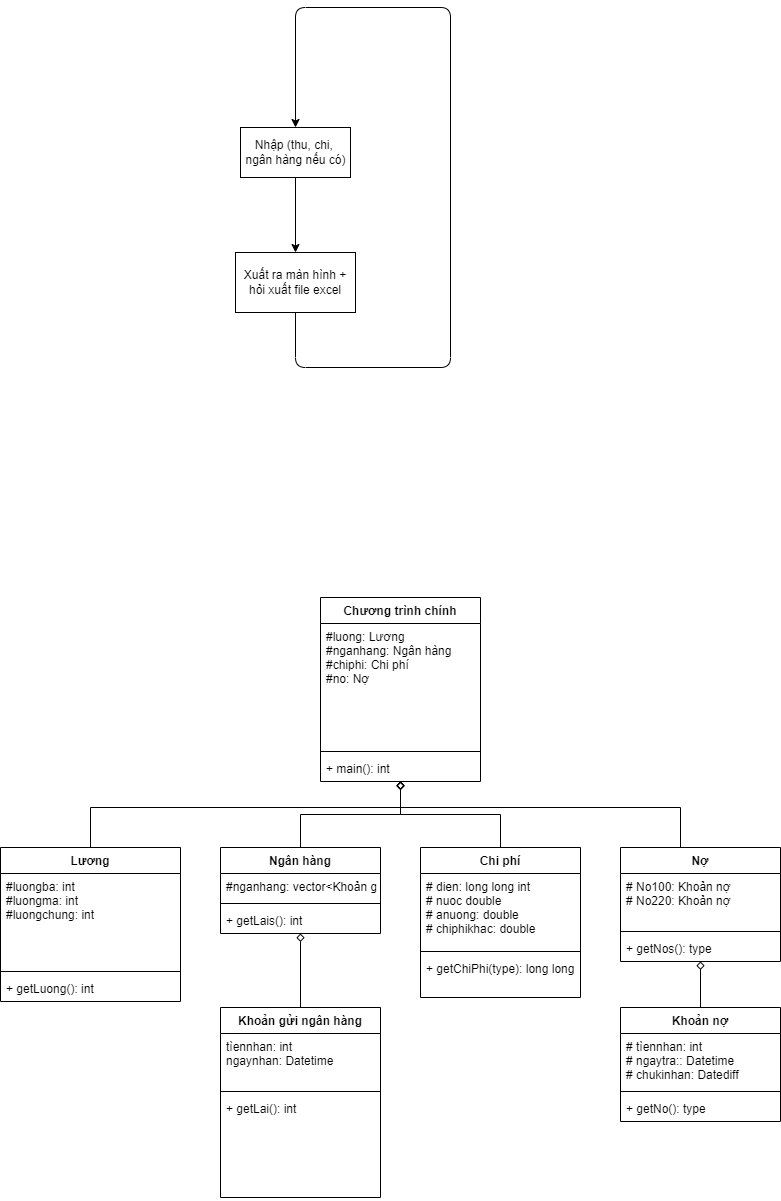
Before: TraNo.drawio.png, a diagram exported from draw.io (YumeAyasaki/QuanLyNo). Source tidied: cells renumbered, new cells last; positions are measured from the earlier drawing's top-left corner, leaving out a move shared by most shapes.
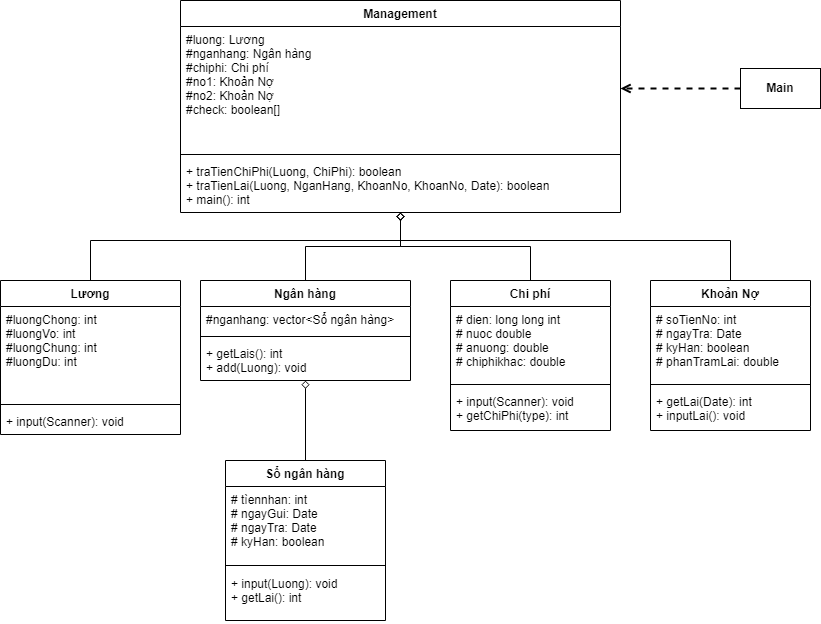
The same diagram one commit later.

Commit message:
Co-authored-by: Đức Quang <ducquang2@users.noreply.github.com> Co-authored-by: PhamDucHuy1235 <PhamDucHuy1235@users.noreply.github.com>

Diff of the diagram source:
```diff
@@ -2,17 +2,17 @@
   <root>
     <mxCell id="0" />
     <mxCell id="1" parent="0" />
-    <mxCell id="2" value="Chương trình chính" style="swimlane;fontStyle=1;align=center;verticalAlign=top;horizontal=1;startSize=26;" parent="1" vertex="1">
-      <mxGeometry x="320" y="590" width="160" height="184" as="geometry" />
+    <mxCell id="2" value="Management" style="swimlane;fontStyle=1;align=center;verticalAlign=top;horizontal=1;startSize=26;" parent="1" vertex="1">
+      <mxGeometry x="180" y="560" width="440" height="212" as="geometry" />
     </mxCell>
-    <mxCell id="3" value="#luong: Lương&#10;#nganhang: Ngân hàng&#10;#chiphi: Chi phí&#10;#no: Nợ" style="text;strokeColor=none;fillColor=none;align=left;verticalAlign=top;spacingLeft=4;spacingRight=4;overflow=hidden;points=[[0,0.5],[1,0.5]];portConstraint=eastwest;" parent="2" vertex="1">
-      <mxGeometry y="26" width="160" height="124" as="geometry" />
+    <mxCell id="3" value="#luong: Lương&#10;#nganhang: Ngân hàng&#10;#chiphi: Chi phí&#10;#no1: Khoản Nợ&#10;#no2: Khoản Nợ&#10;#check: boolean[]" style="text;strokeColor=none;fillColor=none;align=left;verticalAlign=top;spacingLeft=4;spacingRight=4;overflow=hidden;points=[[0,0.5],[1,0.5]];portConstraint=eastwest;" parent="2" vertex="1">
+      <mxGeometry y="26" width="440" height="124" as="geometry" />
     </mxCell>
     <mxCell id="4" style="line;strokeWidth=1;fillColor=none;align=left;verticalAlign=middle;spacingTop=-1;spacingLeft=3;spacingRight=3;labelPosition=right;" parent="2" vertex="1">
-      <mxGeometry y="150" width="160" height="8" as="geometry" />
+      <mxGeometry y="150" width="440" height="8" as="geometry" />
     </mxCell>
-    <mxCell id="5" value="+ main(): int" style="text;strokeColor=none;fillColor=none;align=left;verticalAlign=top;spacingLeft=4;spacingRight=4;overflow=hidden;" parent="2" vertex="1">
-      <mxGeometry y="158" width="160" height="26" as="geometry" />
+    <mxCell id="5" value="+ traTienChiPhi(Luong, ChiPhi): boolean&#10;+ traTienLai(Luong, NganHang, KhoanNo, KhoanNo, Date): boolean&#10;+ main(): int" style="text;strokeColor=none;fillColor=none;align=left;verticalAlign=top;spacingLeft=4;spacingRight=4;overflow=hidden;" parent="2" vertex="1">
+      <mxGeometry y="158" width="440" height="54" as="geometry" />
     </mxCell>
     <mxCell id="6" style="edgeStyle=orthogonalEdgeStyle;rounded=0;jettySize=auto;html=1;endArrow=diamond;endFill=0;" parent="1" edge="1" source="7" target="2">
       <mxGeometry relative="1" as="geometry">
@@ -25,35 +25,35 @@
     <mxCell id="7" value="Lương" style="swimlane;fontStyle=1;align=center;verticalAlign=top;horizontal=1;startSize=26;" parent="1" vertex="1">
       <mxGeometry y="840" width="180" height="154" as="geometry" />
     </mxCell>
-    <mxCell id="8" value="#luongba: int&#10;#luongma: int&#10;#luongchung: int" style="text;strokeColor=none;fillColor=none;align=left;verticalAlign=top;spacingLeft=4;spacingRight=4;overflow=hidden;" parent="7" vertex="1">
+    <mxCell id="8" value="#luongChong: int&#10;#luongVo: int&#10;#luongChung: int&#10;#luongDu: int" style="text;strokeColor=none;fillColor=none;align=left;verticalAlign=top;spacingLeft=4;spacingRight=4;overflow=hidden;" parent="7" vertex="1">
       <mxGeometry y="26" width="180" height="94" as="geometry" />
     </mxCell>
     <mxCell id="9" style="line;strokeWidth=1;fillColor=none;align=left;verticalAlign=middle;spacingTop=-1;spacingLeft=3;spacingRight=3;labelPosition=right;" parent="7" vertex="1">
       <mxGeometry y="120" width="180" height="8" as="geometry" />
     </mxCell>
-    <mxCell id="10" value="+ getLuong(): int" style="text;strokeColor=none;fillColor=none;align=left;verticalAlign=top;spacingLeft=4;spacingRight=4;overflow=hidden;" parent="7" vertex="1">
+    <mxCell id="10" value="+ input(Scanner): void" style="text;strokeColor=none;fillColor=none;align=left;verticalAlign=top;spacingLeft=4;spacingRight=4;overflow=hidden;" parent="7" vertex="1">
       <mxGeometry y="128" width="180" height="26" as="geometry" />
     </mxCell>
     <mxCell id="11" style="edgeStyle=orthogonalEdgeStyle;rounded=0;jettySize=auto;html=1;exitX=0.5;exitY=0;exitDx=0;exitDy=0;endArrow=diamond;endFill=0;" parent="1" edge="1" source="12" target="2">
       <mxGeometry relative="1" as="geometry" />
     </mxCell>
     <mxCell id="12" value="Ngân hàng" style="swimlane;fontStyle=1;align=center;verticalAlign=top;horizontal=1;startSize=26;" parent="1" vertex="1">
-      <mxGeometry x="220" y="840" width="160" height="86" as="geometry" />
+      <mxGeometry x="200" y="840" width="210" height="100" as="geometry" />
     </mxCell>
-    <mxCell id="13" value="#nganhang: vector&lt;Khoản gửi ngân hàng&gt;" style="text;strokeColor=none;fillColor=none;align=left;verticalAlign=top;spacingLeft=4;spacingRight=4;overflow=hidden;" parent="12" vertex="1">
-      <mxGeometry y="26" width="160" height="26" as="geometry" />
+    <mxCell id="13" value="#nganhang: vector&lt;Sổ ngân hàng&gt;" style="text;strokeColor=none;fillColor=none;align=left;verticalAlign=top;spacingLeft=4;spacingRight=4;overflow=hidden;" parent="12" vertex="1">
+      <mxGeometry y="26" width="210" height="26" as="geometry" />
     </mxCell>
     <mxCell id="14" style="line;strokeWidth=1;fillColor=none;align=left;verticalAlign=middle;spacingTop=-1;spacingLeft=3;spacingRight=3;labelPosition=right;" parent="12" vertex="1">
-      <mxGeometry y="52" width="160" height="8" as="geometry" />
+      <mxGeometry y="52" width="210" height="8" as="geometry" />
     </mxCell>
-    <mxCell id="15" value="+ getLais(): int" style="text;strokeColor=none;fillColor=none;align=left;verticalAlign=top;spacingLeft=4;spacingRight=4;overflow=hidden;" parent="12" vertex="1">
-      <mxGeometry y="60" width="160" height="26" as="geometry" />
+    <mxCell id="15" value="+ getLais(): int&#10;+ add(Luong): void" style="text;strokeColor=none;fillColor=none;align=left;verticalAlign=top;spacingLeft=4;spacingRight=4;overflow=hidden;" parent="12" vertex="1">
+      <mxGeometry y="60" width="210" height="40" as="geometry" />
     </mxCell>
     <mxCell id="16" style="edgeStyle=orthogonalEdgeStyle;rounded=0;jettySize=auto;html=1;endArrow=diamond;endFill=0;" parent="1" edge="1" source="17" target="2">
       <mxGeometry relative="1" as="geometry" />
     </mxCell>
     <mxCell id="17" value="Chi phí" style="swimlane;fontStyle=1;align=center;verticalAlign=top;horizontal=1;startSize=26;" parent="1" vertex="1">
-      <mxGeometry x="420" y="840" width="160" height="150" as="geometry" />
+      <mxGeometry x="450" y="840" width="160" height="150" as="geometry" />
     </mxCell>
     <mxCell id="18" value="# dien: long long int&#10;# nuoc double&#10;# anuong: double&#10;# chiphikhac: double" style="text;strokeColor=none;fillColor=none;align=left;verticalAlign=top;spacingLeft=4;spacingRight=4;overflow=hidden;" parent="17" vertex="1">
       <mxGeometry y="26" width="160" height="74" as="geometry" />
@@ -61,77 +61,49 @@
     <mxCell id="19" style="line;strokeWidth=1;fillColor=none;align=left;verticalAlign=middle;spacingTop=-1;spacingLeft=3;spacingRight=3;labelPosition=right;" parent="17" vertex="1">
       <mxGeometry y="100" width="160" height="8" as="geometry" />
     </mxCell>
-    <mxCell id="20" value="+ getChiPhi(type): long long" style="text;strokeColor=none;fillColor=none;align=left;verticalAlign=top;spacingLeft=4;spacingRight=4;overflow=hidden;" parent="17" vertex="1">
+    <mxCell id="20" value="+ input(Scanner): void&#10;+ getChiPhi(type): int" style="text;strokeColor=none;fillColor=none;align=left;verticalAlign=top;spacingLeft=4;spacingRight=4;overflow=hidden;" parent="17" vertex="1">
       <mxGeometry y="108" width="160" height="42" as="geometry" />
     </mxCell>
-    <mxCell id="21" style="edgeStyle=orthogonalEdgeStyle;rounded=0;jettySize=auto;html=1;endArrow=diamond;endFill=0;" parent="1" edge="1" source="22" target="2">
+    <mxCell id="21" style="edgeStyle=orthogonalEdgeStyle;rounded=0;jettySize=auto;html=1;endArrow=diamond;endFill=0;exitX=0.5;exitY=0;exitDx=0;exitDy=0;" parent="1" edge="1" source="22" target="2">
       <mxGeometry relative="1" as="geometry">
         <Array as="points">
-          <mxPoint x="680" y="800" />
+          <mxPoint x="730" y="800" />
           <mxPoint x="400" y="800" />
         </Array>
       </mxGeometry>
     </mxCell>
-    <mxCell id="22" value="Nợ" style="swimlane;fontStyle=1;align=center;verticalAlign=top;horizontal=1;startSize=26;" parent="1" vertex="1">
-      <mxGeometry x="620" y="840" width="160" height="114" as="geometry" />
+    <mxCell id="22" value="Khoản Nợ" style="swimlane;fontStyle=1;align=center;verticalAlign=top;horizontal=1;startSize=26;" parent="1" vertex="1">
+      <mxGeometry x="650" y="840" width="160" height="150" as="geometry" />
     </mxCell>
-    <mxCell id="23" value="# No100: Khoản nợ&#10;# No220: Khoản nợ" style="text;strokeColor=none;fillColor=none;align=left;verticalAlign=top;spacingLeft=4;spacingRight=4;overflow=hidden;" parent="22" vertex="1">
-      <mxGeometry y="26" width="160" height="54" as="geometry" />
+    <mxCell id="23" value="# soTienNo: int&#10;# ngayTra: Date&#10;# kyHan: boolean&#10;# phanTramLai: double" style="text;strokeColor=none;fillColor=none;align=left;verticalAlign=top;spacingLeft=4;spacingRight=4;overflow=hidden;" parent="22" vertex="1">
+      <mxGeometry y="26" width="160" height="74" as="geometry" />
     </mxCell>
     <mxCell id="24" style="line;strokeWidth=1;fillColor=none;align=left;verticalAlign=middle;spacingTop=-1;spacingLeft=3;spacingRight=3;labelPosition=right;" parent="22" vertex="1">
-      <mxGeometry y="80" width="160" height="8" as="geometry" />
+      <mxGeometry y="100" width="160" height="8" as="geometry" />
     </mxCell>
-    <mxCell id="25" value="+ getNos(): type" style="text;strokeColor=none;fillColor=none;align=left;verticalAlign=top;spacingLeft=4;spacingRight=4;overflow=hidden;" parent="22" vertex="1">
-      <mxGeometry y="88" width="160" height="26" as="geometry" />
+    <mxCell id="25" value="+ getLai(Date): int&#10;+ inputLai(): void" style="text;strokeColor=none;fillColor=none;align=left;verticalAlign=top;spacingLeft=4;spacingRight=4;overflow=hidden;" parent="22" vertex="1">
+      <mxGeometry y="108" width="160" height="42" as="geometry" />
     </mxCell>
     <mxCell id="26" style="edgeStyle=orthogonalEdgeStyle;rounded=0;jettySize=auto;html=1;endArrow=diamond;endFill=0;" parent="1" edge="1" source="27" target="12">
       <mxGeometry relative="1" as="geometry" />
     </mxCell>
-    <mxCell id="27" value="Khoản gửi ngân hàng" style="swimlane;fontStyle=1;align=center;verticalAlign=top;horizontal=1;startSize=26;" parent="1" vertex="1">
-      <mxGeometry x="220" y="1000" width="160" height="190" as="geometry" />
+    <mxCell id="27" value="Sổ ngân hàng" style="swimlane;fontStyle=1;align=center;verticalAlign=top;horizontal=1;startSize=26;" parent="1" vertex="1">
+      <mxGeometry x="225" y="1020" width="160" height="160" as="geometry" />
     </mxCell>
-    <mxCell id="28" value="tìennhan: int&#10;ngaynhan: Datetime" style="text;strokeColor=none;fillColor=none;align=left;verticalAlign=top;spacingLeft=4;spacingRight=4;overflow=hidden;" parent="27" vertex="1">
-      <mxGeometry y="26" width="160" height="54" as="geometry" />
+    <mxCell id="28" value="# tìennhan: int&#10;# ngayGui: Date&#10;# ngayTra: Date&#10;# kyHan: boolean" style="text;strokeColor=none;fillColor=none;align=left;verticalAlign=top;spacingLeft=4;spacingRight=4;overflow=hidden;" parent="27" vertex="1">
+      <mxGeometry y="26" width="160" height="74" as="geometry" />
     </mxCell>
     <mxCell id="29" style="line;strokeWidth=1;fillColor=none;align=left;verticalAlign=middle;spacingTop=-1;spacingLeft=3;spacingRight=3;labelPosition=right;" parent="27" vertex="1">
-      <mxGeometry y="80" width="160" height="8" as="geometry" />
+      <mxGeometry y="100" width="160" height="10" as="geometry" />
     </mxCell>
-    <mxCell id="30" value="+ getLai(): int" style="text;strokeColor=none;fillColor=none;align=left;verticalAlign=top;spacingLeft=4;spacingRight=4;overflow=hidden;" parent="27" vertex="1">
-      <mxGeometry y="88" width="160" height="102" as="geometry" />
+    <mxCell id="30" value="+ input(Luong): void&#10;+ getLai(): int" style="text;strokeColor=none;fillColor=none;align=left;verticalAlign=top;spacingLeft=4;spacingRight=4;overflow=hidden;" parent="27" vertex="1">
+      <mxGeometry y="110" width="160" height="50" as="geometry" />
     </mxCell>
-    <mxCell id="31" style="edgeStyle=orthogonalEdgeStyle;rounded=0;jettySize=auto;html=1;endArrow=diamond;endFill=0;" parent="1" edge="1" source="32" target="22">
-      <mxGeometry relative="1" as="geometry" />
-    </mxCell>
-    <mxCell id="32" value="Khoản nợ" style="swimlane;fontStyle=1;align=center;verticalAlign=top;horizontal=1;startSize=26;" parent="1" vertex="1">
-      <mxGeometry x="620" y="1000" width="160" height="114" as="geometry" />
-    </mxCell>
-    <mxCell id="33" value="# tìennhan: int&#10;# ngaytra:: Datetime&#10;# chukinhan: Datediff " style="text;strokeColor=none;fillColor=none;align=left;verticalAlign=top;spacingLeft=4;spacingRight=4;overflow=hidden;" parent="32" vertex="1">
-      <mxGeometry y="26" width="160" height="54" as="geometry" />
-    </mxCell>
-    <mxCell id="34" style="line;strokeWidth=1;fillColor=none;align=left;verticalAlign=middle;spacingTop=-1;spacingLeft=3;spacingRight=3;labelPosition=right;" parent="32" vertex="1">
-      <mxGeometry y="80" width="160" height="8" as="geometry" />
-    </mxCell>
-    <mxCell id="35" value="+ getNo(): type" style="text;strokeColor=none;fillColor=none;align=left;verticalAlign=top;spacingLeft=4;spacingRight=4;overflow=hidden;" parent="32" vertex="1">
-      <mxGeometry y="88" width="160" height="26" as="geometry" />
-    </mxCell>
-    <mxCell id="36" style="edgeStyle=none;html=1;" parent="1" edge="1" source="37" target="39">
-      <mxGeometry relative="1" as="geometry" />
-    </mxCell>
-    <mxCell id="37" value="Nhập (thu, chi, &lt;br&gt;ngân hàng nếu có)" style="html=1;" parent="1" vertex="1">
-      <mxGeometry x="240" y="120" width="110" height="50" as="geometry" />
-    </mxCell>
-    <mxCell id="38" style="edgeStyle=none;html=1;exitX=0.5;exitY=1;exitDx=0;exitDy=0;entryX=0.5;entryY=0;entryDx=0;entryDy=0;" parent="1" edge="1" source="39" target="37">
-      <mxGeometry relative="1" as="geometry">
-        <Array as="points">
-          <mxPoint x="295" y="360" />
-          <mxPoint x="450" y="360" />
-          <mxPoint x="450" />
-          <mxPoint x="295" />
-        </Array>
-      </mxGeometry>
-    </mxCell>
-    <mxCell id="39" value="Xuất ra màn hình +&lt;br&gt;hỏi xuất file excel" style="whiteSpace=wrap;html=1;" parent="1" vertex="1">
-      <mxGeometry x="235" y="245" width="120" height="60" as="geometry" />
-    </mxCell>
+    <mxCell id="40" style="edgeStyle=orthogonalEdgeStyle;rounded=0;jettySize=auto;html=1;entryX=1;entryY=0.5;entryDx=0;entryDy=0;dashed=1;endArrow=open;endFill=0;strokeWidth=2;" parent="1" edge="1" source="41" target="3">
+      <mxGeometry relative="1" as="geometry" />
+    </mxCell>
+    <mxCell id="41" value="&lt;b&gt;Main&lt;/b&gt;" style="rounded=0;whiteSpace=wrap;html=1;" parent="1" vertex="1">
+      <mxGeometry x="740" y="628" width="80" height="40" as="geometry" />
+    </mxCell>
   </root>
 </mxGraphModel>
```
